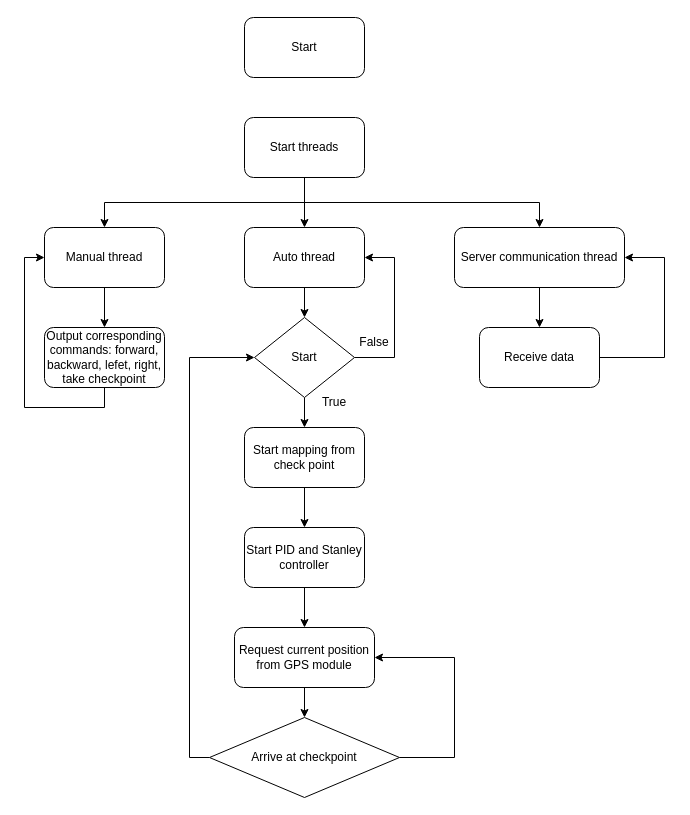
Before: Untitled Diagram.drawio in Huy-Luu/Thesis_MCU, a draw.io diagram. Source tidied: cells renumbered, new cells numbered last; positions are measured from the earlier drawing's top-left corner, leaving out a move shared by most shapes. Both pictures are drawn from the tidied source at 100%, with x=0, y=0 at pixel (44, 17).
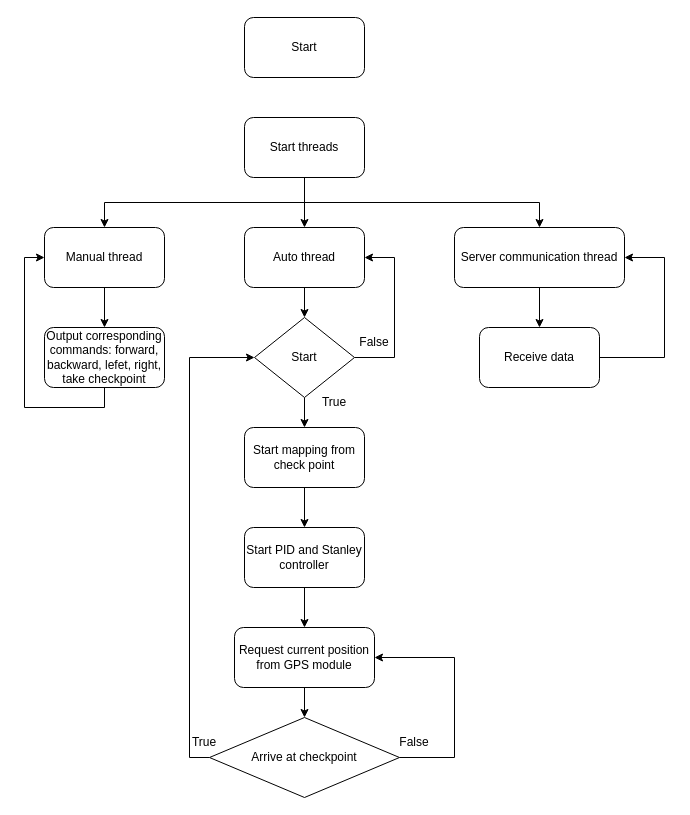
Above is the later version.

Change to the diagram source:
```diff
@@
+    <mxCell id="31" value="False" style="text;html=1;strokeColor=none;fillColor=none;align=center;verticalAlign=middle;whiteSpace=wrap;rounded=0;" parent="1" vertex="1">
+      <mxGeometry x="340" y="710" width="60" height="30" as="geometry" />
+    </mxCell>
+    <mxCell id="32" value="True" style="text;html=1;strokeColor=none;fillColor=none;align=center;verticalAlign=middle;whiteSpace=wrap;rounded=0;" parent="1" vertex="1">
+      <mxGeometry x="130" y="710" width="60" height="30" as="geometry" />
+    </mxCell>
```
